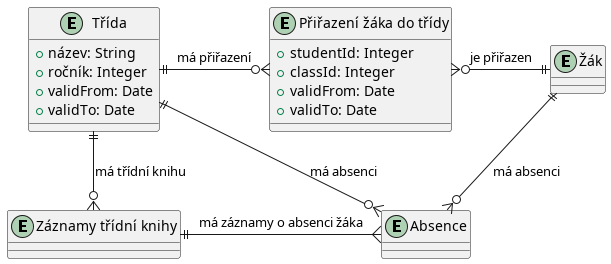
DanielADK/tul-bp keeps this PlantUML diagram as images/ed-schedule-validity-from-to.png. Above is the earlier version. The source it was exported from:
```plantuml
@startuml
entity "Třída" as Class {
    +název: String
    +ročník: Integer
    +validFrom: Date
    +validTo: Date
}

entity "Žák" as Student {
}

entity "Záznamy třídní knihy" as LessonRecord {
}

entity "Absence" as Absence {
}

entity "Přiřazení žáka do třídy" as StudentAssignment {
    +studentId: Integer
    +classId: Integer
    +validFrom: Date
    +validTo: Date
}

Class ||-right-o{ StudentAssignment : "má přiřazení"
Student ||-left-o{ StudentAssignment : "je přiřazen"

Class ||--o{ LessonRecord : "má třídní knihu"
Class ||--o{ Absence : "má absenci"

Student ||--o{ Absence : "má absenci"

LessonRecord ||-{ Absence : "má záznamy o absenci žáka"

@enduml
```
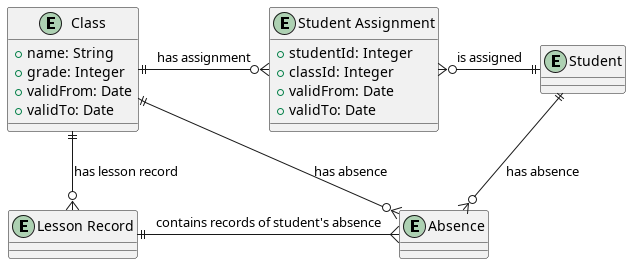
Above is the later version.

Diff of the diagram source:
```diff
@@ -1,35 +1,35 @@
 @startuml
-entity "Třída" as Class {
-    +název: String
-    +ročník: Integer
+entity "Class" as Class {
+    +name: String
+    +grade: Integer
     +validFrom: Date
     +validTo: Date
 }
 
-entity "Žák" as Student {
+entity "Student" as Student {
 }
 
-entity "Záznamy třídní knihy" as LessonRecord {
+entity "Lesson Record" as LessonRecord {
 }
 
 entity "Absence" as Absence {
 }
 
-entity "Přiřazení žáka do třídy" as StudentAssignment {
+entity "Student Assignment" as StudentAssignment {
     +studentId: Integer
     +classId: Integer
     +validFrom: Date
     +validTo: Date
 }
 
-Class ||-right-o{ StudentAssignment : "má přiřazení"
-Student ||-left-o{ StudentAssignment : "je přiřazen"
+Class ||-right-o{ StudentAssignment : "has assignment"
+Student ||-left-o{ StudentAssignment : "is assigned"
 
-Class ||--o{ LessonRecord : "má třídní knihu"
-Class ||--o{ Absence : "má absenci"
+Class ||--o{ LessonRecord : "has lesson record"
+Class ||--o{ Absence : "has absence"
 
-Student ||--o{ Absence : "má absenci"
+Student ||--o{ Absence : "has absence"
 
-LessonRecord ||-{ Absence : "má záznamy o absenci žáka"
+LessonRecord ||-{ Absence : "contains records of student's absence"
 
 @enduml
```
